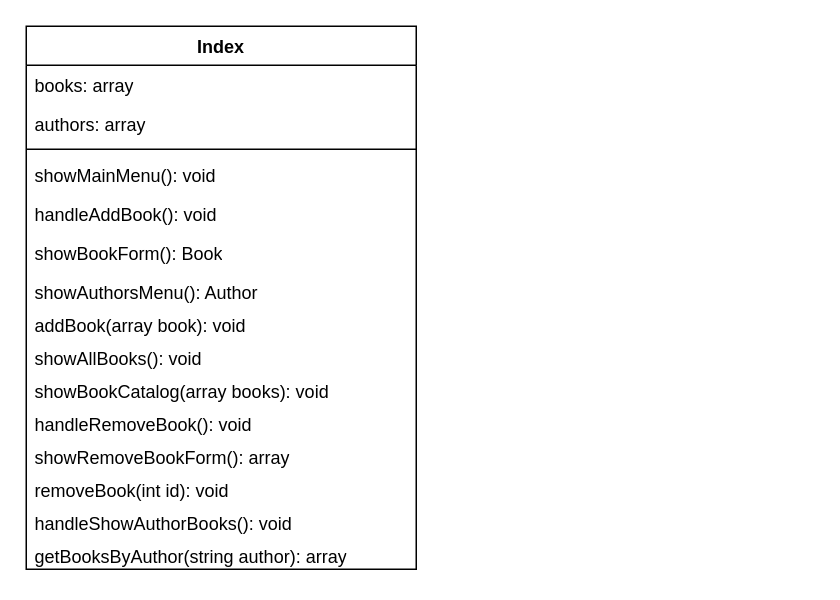
This is Part 1 (week 1 to 13)/03 - Functions & Arrays/library.drawio from gglerum/php-lessen, a draw.io file, before an edit. Source tidied: cells renumbered, new cells numbered last; positions are measured from the earlier drawing's top-left corner, leaving out a move shared by most shapes. Both pictures are drawn from the tidied source at 150%, with x=0, y=0 at pixel (26, 26).
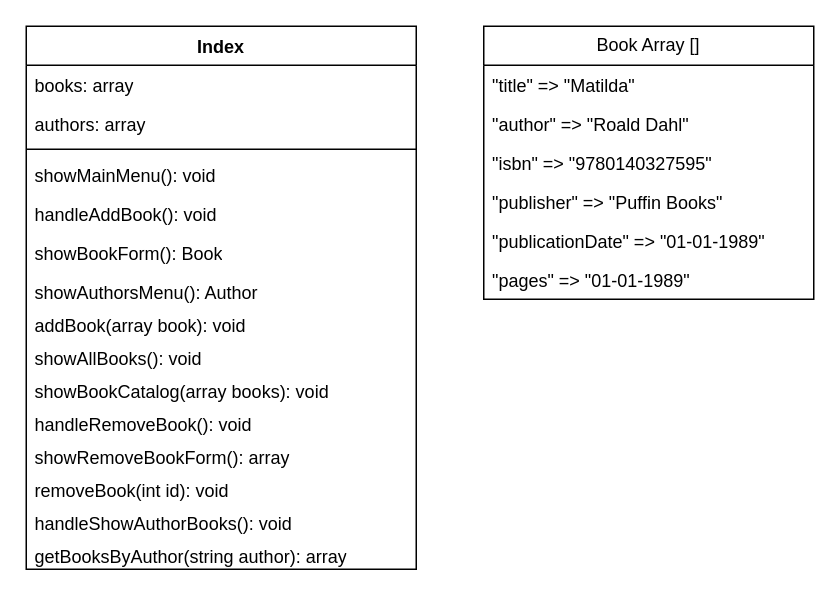
The same diagram, later.

Commit message (it also covers changes not shown here):
updated diagram to show Book array

The edit, as a diff of the source:
```diff
@@
+    <mxCell id="18" value="Book Array []" style="swimlane;fontStyle=0;horizontal=1;startSize=26;fillColor=none;whiteSpace=wrap;html=1;" parent="1" vertex="1">
+      <mxGeometry x="305" width="220" height="182" as="geometry" />
+    </mxCell>
+    <mxCell id="19" value="&quot;title&quot; =&amp;gt; &quot;Matilda&quot;" style="text;strokeColor=none;fillColor=none;align=left;verticalAlign=top;spacingLeft=4;spacingRight=4;overflow=hidden;whiteSpace=wrap;html=1;" parent="18" vertex="1">
+      <mxGeometry y="26" width="220" height="26" as="geometry" />
+    </mxCell>
+    <mxCell id="20" value="&quot;author&quot; =&amp;gt; &quot;Roald Dahl&quot;" style="text;strokeColor=none;fillColor=none;align=left;verticalAlign=top;spacingLeft=4;spacingRight=4;overflow=hidden;whiteSpace=wrap;html=1;" parent="18" vertex="1">
+      <mxGeometry y="52" width="220" height="26" as="geometry" />
+    </mxCell>
+    <mxCell id="21" value="&quot;isbn&quot; =&amp;gt; &quot;9780140327595&quot;" style="text;strokeColor=none;fillColor=none;align=left;verticalAlign=top;spacingLeft=4;spacingRight=4;overflow=hidden;whiteSpace=wrap;html=1;" parent="18" vertex="1">
+      <mxGeometry y="78" width="220" height="26" as="geometry" />
+    </mxCell>
+    <mxCell id="22" value="&quot;publisher&quot; =&amp;gt; &quot;Puffin Books&quot;" style="text;strokeColor=none;fillColor=none;align=left;verticalAlign=top;spacingLeft=4;spacingRight=4;overflow=hidden;whiteSpace=wrap;html=1;" parent="18" vertex="1">
+      <mxGeometry y="104" width="220" height="26" as="geometry" />
+    </mxCell>
+    <mxCell id="23" value="&quot;publicationDate&quot; =&amp;gt; &quot;01-01-1989&quot;" style="text;strokeColor=none;fillColor=none;align=left;verticalAlign=top;spacingLeft=4;spacingRight=4;overflow=hidden;whiteSpace=wrap;html=1;" parent="18" vertex="1">
+      <mxGeometry y="130" width="220" height="26" as="geometry" />
+    </mxCell>
+    <mxCell id="24" value="&quot;pages&quot; =&amp;gt; &quot;01-01-1989&quot;" style="text;strokeColor=none;fillColor=none;align=left;verticalAlign=top;spacingLeft=4;spacingRight=4;overflow=hidden;whiteSpace=wrap;html=1;" parent="18" vertex="1">
+      <mxGeometry y="156" width="220" height="26" as="geometry" />
+    </mxCell>
```
